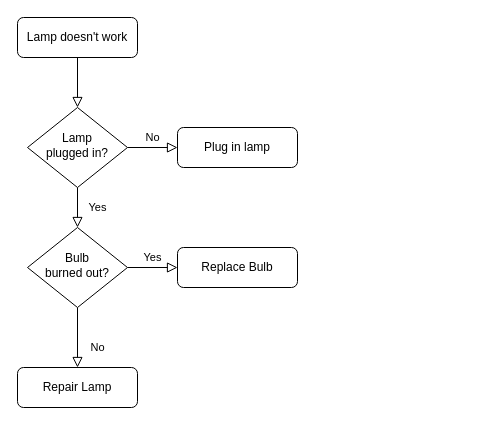
The draw.io diagram Untitled Diagram.drawio in yourzinc/Deja_Vu, before the edit. Source tidied: cells renumbered, new cells numbered last; positions are measured from the earlier drawing's top-left corner, leaving out a move shared by most shapes. Both pictures are drawn from the tidied source at 100%, with x=0, y=0 at pixel (17, 17).
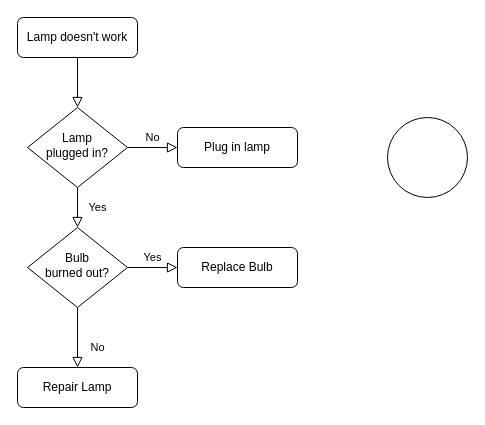
The same diagram, later.

The edit, as a diff of the source:
```diff
@@
 <mxGraphModel>
   <root>
     <mxCell id="0" />
     <mxCell id="1" parent="0" />
     <mxCell id="2" style="rounded=0;html=1;jettySize=auto;fontSize=11;endArrow=block;endFill=0;endSize=8;strokeWidth=1;shadow=0;labelBackgroundColor=none;edgeStyle=orthogonalEdgeStyle;" parent="1" edge="1" source="3" target="6">
       <mxGeometry relative="1" as="geometry" />
     </mxCell>
     <mxCell id="3" value="Lamp doesn't work" style="rounded=1;whiteSpace=wrap;html=1;fontSize=12;glass=0;strokeWidth=1;shadow=0;" parent="1" vertex="1">
       <mxGeometry width="120" height="40" as="geometry" />
     </mxCell>
     <mxCell id="4" value="Yes" style="rounded=0;html=1;jettySize=auto;fontSize=11;endArrow=block;endFill=0;endSize=8;strokeWidth=1;shadow=0;labelBackgroundColor=none;edgeStyle=orthogonalEdgeStyle;" parent="1" edge="1" source="6" target="10">
       <mxGeometry y="20" relative="1" as="geometry" />
     </mxCell>
     <mxCell id="5" value="No" style="edgeStyle=orthogonalEdgeStyle;rounded=0;html=1;jettySize=auto;fontSize=11;endArrow=block;endFill=0;endSize=8;strokeWidth=1;shadow=0;labelBackgroundColor=none;" parent="1" edge="1" source="6" target="7">
       <mxGeometry y="10" relative="1" as="geometry" />
     </mxCell>
     <mxCell id="6" value="Lamp&lt;br&gt;plugged in?" style="rhombus;whiteSpace=wrap;html=1;shadow=0;fontFamily=Helvetica;fontSize=12;align=center;strokeWidth=1;spacing=6;spacingTop=-4;" parent="1" vertex="1">
       <mxGeometry x="10" y="90" width="100" height="80" as="geometry" />
     </mxCell>
     <mxCell id="7" value="Plug in lamp" style="rounded=1;whiteSpace=wrap;html=1;fontSize=12;glass=0;strokeWidth=1;shadow=0;" parent="1" vertex="1">
       <mxGeometry x="160" y="110" width="120" height="40" as="geometry" />
     </mxCell>
     <mxCell id="8" value="No" style="rounded=0;html=1;jettySize=auto;fontSize=11;endArrow=block;endFill=0;endSize=8;strokeWidth=1;shadow=0;labelBackgroundColor=none;edgeStyle=orthogonalEdgeStyle;" parent="1" edge="1" source="10" target="11">
       <mxGeometry x="0.33" y="20" relative="1" as="geometry" />
     </mxCell>
     <mxCell id="9" value="Yes" style="edgeStyle=orthogonalEdgeStyle;rounded=0;html=1;jettySize=auto;fontSize=11;endArrow=block;endFill=0;endSize=8;strokeWidth=1;shadow=0;labelBackgroundColor=none;" parent="1" edge="1" source="10" target="12">
       <mxGeometry y="10" relative="1" as="geometry" />
     </mxCell>
     <mxCell id="10" value="Bulb&lt;br&gt;burned out?" style="rhombus;whiteSpace=wrap;html=1;shadow=0;fontFamily=Helvetica;fontSize=12;align=center;strokeWidth=1;spacing=6;spacingTop=-4;" parent="1" vertex="1">
       <mxGeometry x="10" y="210" width="100" height="80" as="geometry" />
     </mxCell>
     <mxCell id="11" value="Repair Lamp" style="rounded=1;whiteSpace=wrap;html=1;fontSize=12;glass=0;strokeWidth=1;shadow=0;" parent="1" vertex="1">
       <mxGeometry y="350" width="120" height="40" as="geometry" />
     </mxCell>
     <mxCell id="12" value="Replace Bulb" style="rounded=1;whiteSpace=wrap;html=1;fontSize=12;glass=0;strokeWidth=1;shadow=0;" parent="1" vertex="1">
       <mxGeometry x="160" y="230" width="120" height="40" as="geometry" />
     </mxCell>
+    <mxCell id="13" style="ellipse;whiteSpace=wrap;html=1;" parent="1" vertex="1">
+      <mxGeometry x="370" y="100" width="80" height="80" as="geometry" />
+    </mxCell>
   </root>
 </mxGraphModel>
```
